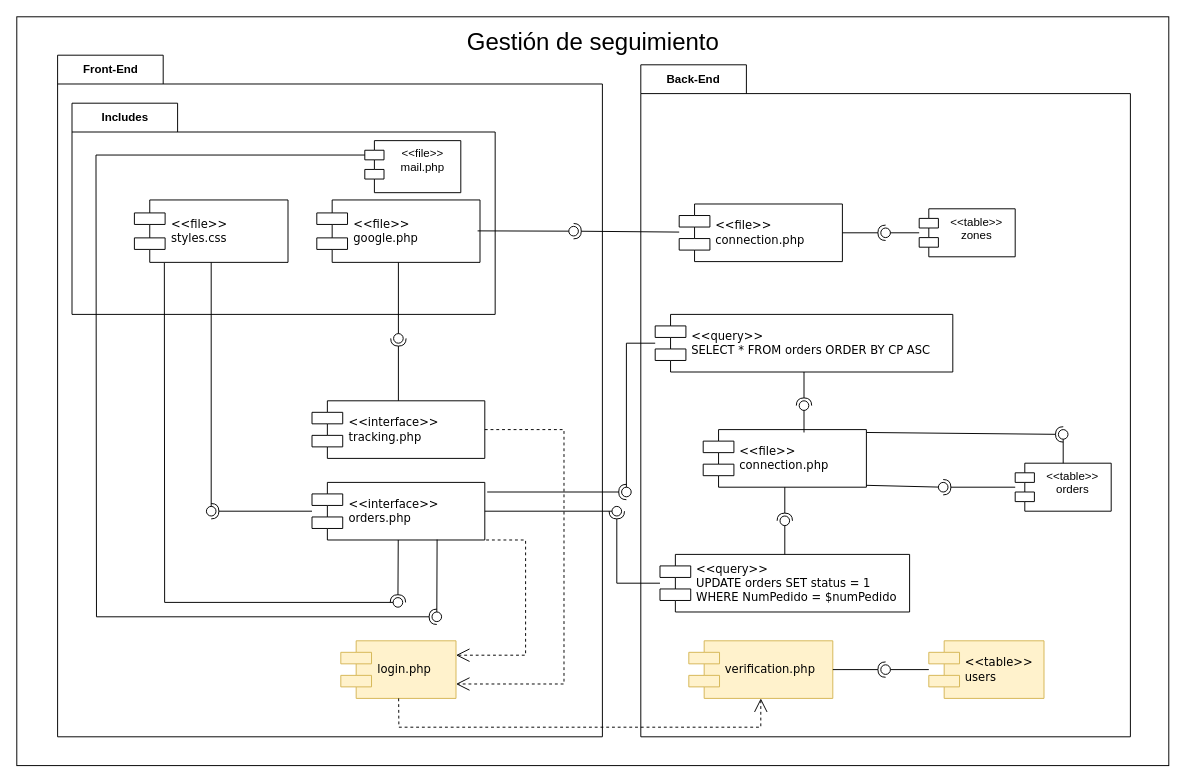
The draw.io diagram Diagramas/DiagramaNuevoJorge.drawio in JorgeADnro/Torres, before the edit. Source tidied: cells renumbered, new cells numbered last; positions are measured from the earlier drawing's top-left corner, leaving out a move shared by most shapes. Both pictures are drawn from the tidied source at 96%, with x=0, y=0 at pixel (16, 16).
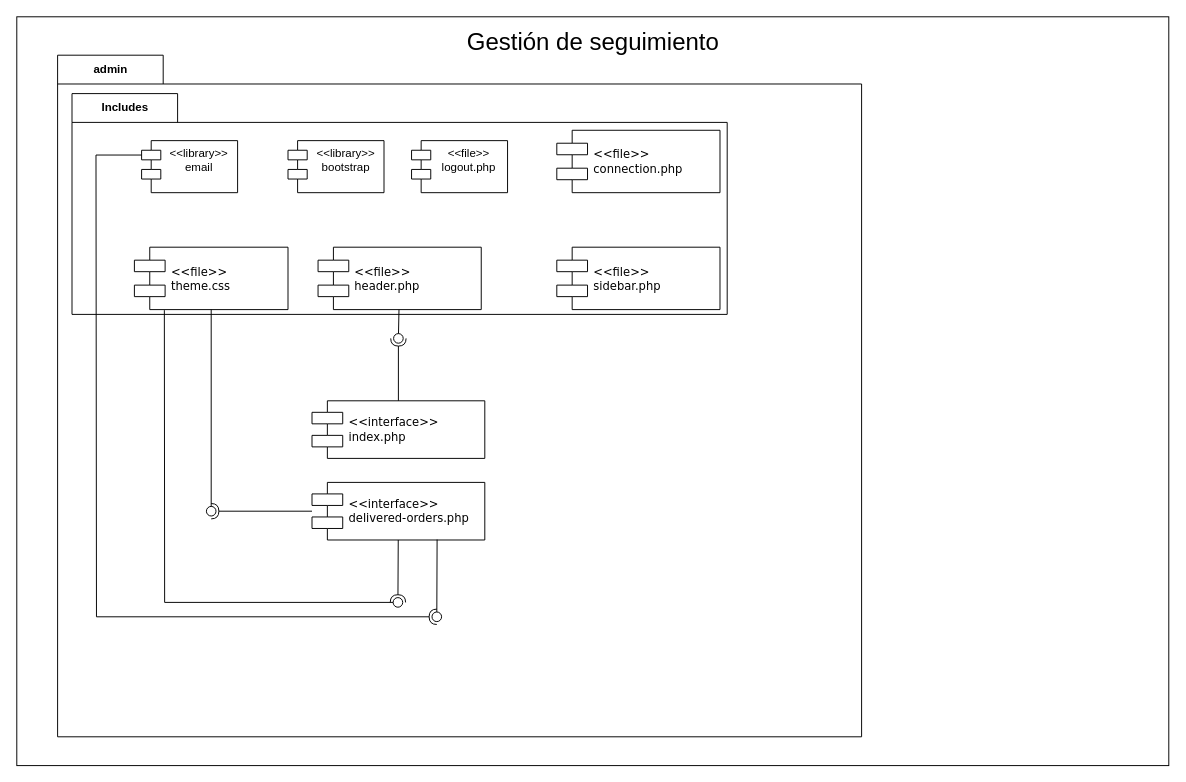
The same diagram, later.

The change refers to these unchanged cells:
```xml
<mxCell id="62" style="ellipse;whiteSpace=wrap;html=1;align=center;fillColor=none;strokeColor=none;perimeter=centerPerimeter;points=[];outlineConnect=1;" parent="1" vertex="1">
  <mxGeometry x="575" y="218.3" width="10" height="10" as="geometry" />
</mxCell>
<mxCell id="65" style="ellipse;whiteSpace=wrap;html=1;align=center;fillColor=none;strokeColor=none;perimeter=centerPerimeter;points=[];outlineConnect=1;" parent="1" vertex="1">
  <mxGeometry x="620" y="510" width="10" height="10" as="geometry" />
</mxCell>
```

What changed in the source:
```diff
@@
-    <mxCell id="5" value="Front-End" style="shape=folder;fontStyle=1;tabWidth=110;tabHeight=30;tabPosition=left;html=1;boundedLbl=1;labelInHeader=1;whiteSpace=wrap;" parent="1" vertex="1">
-      <mxGeometry x="42.5" y="40" width="567.5" height="710" as="geometry" />
+    <mxCell id="5" value="admin" style="shape=folder;fontStyle=1;tabWidth=110;tabHeight=30;tabPosition=left;html=1;boundedLbl=1;labelInHeader=1;whiteSpace=wrap;" parent="1" vertex="1">
+      <mxGeometry x="42.5" y="40" width="837.5" height="710" as="geometry" />
     </mxCell>
     <mxCell id="6" value="Includes" style="shape=folder;fontStyle=1;tabWidth=110;tabHeight=30;tabPosition=left;html=1;boundedLbl=1;labelInHeader=1;whiteSpace=wrap;" parent="1" vertex="1">
-      <mxGeometry x="57.5" y="90" width="440.8" height="220" as="geometry" />
+      <mxGeometry x="57.5" y="80" width="682.5" height="230" as="geometry" />
     </mxCell>
-    <mxCell id="7" value="&amp;lt;&amp;lt;interface&amp;gt;&amp;gt;&lt;br&gt;orders.php" style="shape=component;align=left;spacingLeft=36;rounded=0;shadow=0;comic=0;labelBackgroundColor=none;strokeWidth=1;fontFamily=Verdana;fontSize=12;html=1;" parent="1" vertex="1">
+    <mxCell id="7" value="&amp;lt;&amp;lt;interface&amp;gt;&amp;gt;&lt;br&gt;delivered-orders.php" style="shape=component;align=left;spacingLeft=36;rounded=0;shadow=0;comic=0;labelBackgroundColor=none;strokeWidth=1;fontFamily=Verdana;fontSize=12;html=1;" parent="1" vertex="1">
       <mxGeometry x="307.5" y="485" width="180" height="60" as="geometry" />
     </mxCell>
@@
-    <mxCell id="9" value="&amp;lt;&amp;lt;interface&amp;gt;&amp;gt;&lt;br&gt;tracking.php" style="shape=component;align=left;spacingLeft=36;rounded=0;shadow=0;comic=0;labelBackgroundColor=none;strokeWidth=1;fontFamily=Verdana;fontSize=12;html=1;" parent="1" vertex="1">
+    <mxCell id="9" value="&amp;lt;&amp;lt;interface&amp;gt;&amp;gt;&lt;br&gt;index.php" style="shape=component;align=left;spacingLeft=36;rounded=0;shadow=0;comic=0;labelBackgroundColor=none;strokeWidth=1;fontFamily=Verdana;fontSize=12;html=1;" parent="1" vertex="1">
       <mxGeometry x="307.5" y="400" width="180" height="60" as="geometry" />
     </mxCell>
@@
-    <mxCell id="18" value="&amp;lt;&amp;lt;file&amp;gt;&amp;gt;&lt;br&gt;styles.css" style="shape=component;align=left;spacingLeft=36;rounded=0;shadow=0;comic=0;labelBackgroundColor=none;strokeWidth=1;fontFamily=Verdana;fontSize=12;html=1;" parent="1" vertex="1">
-      <mxGeometry x="122.5" y="190.8" width="160" height="65" as="geometry" />
+    <mxCell id="18" value="&amp;lt;&amp;lt;file&amp;gt;&amp;gt;&lt;br&gt;theme.css" style="shape=component;align=left;spacingLeft=36;rounded=0;shadow=0;comic=0;labelBackgroundColor=none;strokeWidth=1;fontFamily=Verdana;fontSize=12;html=1;" parent="1" vertex="1">
+      <mxGeometry x="122.5" y="240" width="160" height="65" as="geometry" />
     </mxCell>
@@
-    <mxCell id="21" value="&amp;lt;&amp;lt;file&amp;gt;&amp;gt;&lt;br&gt;mail.php" style="shape=module;align=left;spacingLeft=20;align=center;verticalAlign=top;whiteSpace=wrap;html=1;" parent="1" vertex="1">
-      <mxGeometry x="362.5" y="129" width="100" height="54.2" as="geometry" />
+    <mxCell id="21" value="&amp;lt;&amp;lt;library&amp;gt;&amp;gt;&lt;br&gt;email" style="shape=module;align=left;spacingLeft=20;align=center;verticalAlign=top;whiteSpace=wrap;html=1;" parent="1" vertex="1">
+      <mxGeometry x="130" y="129" width="100" height="54.2" as="geometry" />
     </mxCell>
@@
-    <mxCell id="23" value="Back-End" style="shape=folder;fontStyle=1;tabWidth=110;tabHeight=30;tabPosition=left;html=1;boundedLbl=1;labelInHeader=1;whiteSpace=wrap;" parent="1" vertex="1">
-      <mxGeometry x="650" y="50" width="510" height="700" as="geometry" />
-    </mxCell>
-    <mxCell id="24" style="html=1;strokeColor=none;fillColor=none;whiteSpace=wrap;" parent="23" vertex="1">
-      <mxGeometry width="510" height="490" relative="1" as="geometry">
-        <mxPoint y="30" as="offset" />
-      </mxGeometry>
-    </mxCell>
-    <mxCell id="25" value="&amp;lt;&amp;lt;file&amp;gt;&amp;gt;&lt;br&gt;connection.php" style="shape=component;align=left;spacingLeft=36;rounded=0;shadow=0;comic=0;labelBackgroundColor=none;strokeWidth=1;fontFamily=Verdana;fontSize=12;html=1;" parent="23" vertex="1">
-      <mxGeometry x="40" y="145" width="170" height="60" as="geometry" />
-    </mxCell>
-    <mxCell id="26" value="&amp;lt;&amp;lt;table&amp;gt;&amp;gt;&lt;br&gt;orders" style="shape=module;align=left;spacingLeft=20;align=center;verticalAlign=top;whiteSpace=wrap;html=1;" parent="23" vertex="1">
-      <mxGeometry x="390" y="415" width="100" height="50" as="geometry" />
-    </mxCell>
-    <mxCell id="27" value="&amp;lt;&amp;lt;table&amp;gt;&amp;gt;&lt;br&gt;zones" style="shape=module;align=left;spacingLeft=20;align=center;verticalAlign=top;whiteSpace=wrap;html=1;" parent="23" vertex="1">
-      <mxGeometry x="290" y="150" width="100" height="50" as="geometry" />
-    </mxCell>
-    <mxCell id="28" value="&amp;lt;&amp;lt;query&amp;gt;&amp;gt;&lt;br&gt;SELECT * FROM orders ORDER BY CP ASC" style="shape=component;align=left;spacingLeft=36;rounded=0;shadow=0;comic=0;labelBackgroundColor=none;strokeWidth=1;fontFamily=Verdana;fontSize=12;html=1;" parent="23" vertex="1">
-      <mxGeometry x="15" y="260" width="310" height="60" as="geometry" />
-    </mxCell>
-    <mxCell id="29" value="verification.php" style="shape=component;align=left;spacingLeft=36;rounded=0;shadow=0;comic=0;labelBackgroundColor=none;strokeWidth=1;fontFamily=Verdana;fontSize=12;html=1;fillColor=#fff2cc;strokeColor=#d6b656;" parent="23" vertex="1">
-      <mxGeometry x="50" y="600" width="150" height="60" as="geometry" />
-    </mxCell>
-    <mxCell id="30" value="&amp;lt;&amp;lt;table&amp;gt;&amp;gt;&lt;br&gt;users" style="shape=component;align=left;spacingLeft=36;rounded=0;shadow=0;comic=0;labelBackgroundColor=none;strokeWidth=1;fontFamily=Verdana;fontSize=12;html=1;fillColor=#fff2cc;strokeColor=#d6b656;" parent="23" vertex="1">
-      <mxGeometry x="300" y="600" width="120" height="60" as="geometry" />
-    </mxCell>
-    <mxCell id="31" style="rounded=0;jettySize=auto;html=1;endArrow=halfCircle;endFill=0;endSize=6;strokeWidth=1;sketch=0;" parent="23" edge="1" source="29" target="33">
-      <mxGeometry relative="1" as="geometry" />
-    </mxCell>
-    <mxCell id="32" style="rounded=0;jettySize=auto;html=1;endArrow=oval;endFill=0;sketch=0;sourcePerimeterSpacing=0;targetPerimeterSpacing=0;endSize=10;" parent="23" edge="1" source="30" target="33">
-      <mxGeometry relative="1" as="geometry" />
-    </mxCell>
-    <mxCell id="33" style="ellipse;whiteSpace=wrap;html=1;align=center;fillColor=none;strokeColor=none;perimeter=centerPerimeter;points=[];outlineConnect=1;" parent="23" vertex="1">
-      <mxGeometry x="250" y="625" width="10" height="10" as="geometry" />
-    </mxCell>
-    <mxCell id="34" style="rounded=0;jettySize=auto;html=1;endArrow=halfCircle;endFill=0;endSize=6;strokeWidth=1;sketch=0;" parent="23" edge="1" source="25" target="36">
-      <mxGeometry relative="1" as="geometry" />
-    </mxCell>
-    <mxCell id="35" style="rounded=0;jettySize=auto;html=1;endArrow=oval;endFill=0;sketch=0;sourcePerimeterSpacing=0;targetPerimeterSpacing=0;endSize=10;" parent="23" edge="1" source="27" target="36">
-      <mxGeometry relative="1" as="geometry" />
-    </mxCell>
-    <mxCell id="36" style="ellipse;whiteSpace=wrap;html=1;align=center;fillColor=none;strokeColor=none;perimeter=centerPerimeter;points=[];outlineConnect=1;" parent="23" vertex="1">
-      <mxGeometry x="250" y="170" width="10" height="10" as="geometry" />
-    </mxCell>
-    <mxCell id="37" value="&amp;lt;&amp;lt;query&amp;gt;&amp;gt;&lt;br&gt;UPDATE orders SET status = 1&lt;br&gt;WHERE NumPedido = $numPedido" style="shape=component;align=left;spacingLeft=36;rounded=0;shadow=0;comic=0;labelBackgroundColor=none;strokeWidth=1;fontFamily=Verdana;fontSize=12;html=1;" parent="23" vertex="1">
-      <mxGeometry x="20" y="510" width="260" height="60" as="geometry" />
-    </mxCell>
-    <mxCell id="38" style="rounded=0;jettySize=auto;html=1;endArrow=halfCircle;endFill=0;endSize=6;strokeWidth=1;sketch=0;" parent="23" edge="1" source="26" target="40">
-      <mxGeometry relative="1" as="geometry" />
-    </mxCell>
-    <mxCell id="39" style="rounded=0;jettySize=auto;html=1;endArrow=oval;endFill=0;sketch=0;sourcePerimeterSpacing=0;targetPerimeterSpacing=0;endSize=10;exitX=0.994;exitY=0.967;exitDx=0;exitDy=0;exitPerimeter=0;" parent="23" edge="1" source="44" target="40">
-      <mxGeometry relative="1" as="geometry" />
-    </mxCell>
-    <mxCell id="40" style="ellipse;whiteSpace=wrap;html=1;align=center;fillColor=none;strokeColor=none;perimeter=centerPerimeter;points=[];outlineConnect=1;" parent="23" vertex="1">
-      <mxGeometry x="310" y="435" width="10" height="10" as="geometry" />
-    </mxCell>
-    <mxCell id="41" style="rounded=0;jettySize=auto;html=1;endArrow=halfCircle;endFill=0;endSize=6;strokeWidth=1;sketch=0;exitX=1;exitY=0.05;exitDx=0;exitDy=0;exitPerimeter=0;" parent="23" edge="1" source="44" target="43">
-      <mxGeometry relative="1" as="geometry" />
-    </mxCell>
-    <mxCell id="42" style="rounded=0;jettySize=auto;html=1;endArrow=oval;endFill=0;sketch=0;sourcePerimeterSpacing=0;targetPerimeterSpacing=0;endSize=10;" parent="23" edge="1" source="26" target="43">
-      <mxGeometry relative="1" as="geometry" />
-    </mxCell>
-    <mxCell id="43" style="ellipse;whiteSpace=wrap;html=1;align=center;fillColor=none;strokeColor=none;perimeter=centerPerimeter;points=[];outlineConnect=1;" parent="23" vertex="1">
-      <mxGeometry x="435" y="380" width="10" height="10" as="geometry" />
-    </mxCell>
-    <mxCell id="44" value="&amp;lt;&amp;lt;file&amp;gt;&amp;gt;&lt;br&gt;connection.php" style="shape=component;align=left;spacingLeft=36;rounded=0;shadow=0;comic=0;labelBackgroundColor=none;strokeWidth=1;fontFamily=Verdana;fontSize=12;html=1;" parent="23" vertex="1">
-      <mxGeometry x="65" y="380" width="170" height="60" as="geometry" />
-    </mxCell>
-    <mxCell id="45" style="rounded=0;jettySize=auto;html=1;endArrow=halfCircle;endFill=0;endSize=6;strokeWidth=1;sketch=0;" parent="23" edge="1" source="28" target="47">
-      <mxGeometry relative="1" as="geometry" />
-    </mxCell>
-    <mxCell id="46" style="rounded=0;jettySize=auto;html=1;endArrow=oval;endFill=0;sketch=0;sourcePerimeterSpacing=0;targetPerimeterSpacing=0;endSize=10;" parent="23" edge="1" target="47">
-      <mxGeometry relative="1" as="geometry">
-        <mxPoint x="170" y="383" as="sourcePoint" />
-      </mxGeometry>
-    </mxCell>
-    <mxCell id="47" style="ellipse;whiteSpace=wrap;html=1;align=center;fillColor=none;strokeColor=none;perimeter=centerPerimeter;points=[];outlineConnect=1;" parent="23" vertex="1">
-      <mxGeometry x="165" y="350" width="10" height="10" as="geometry" />
-    </mxCell>
-    <mxCell id="48" style="rounded=0;jettySize=auto;html=1;endArrow=halfCircle;endFill=0;endSize=6;strokeWidth=1;sketch=0;" parent="23" edge="1" source="44" target="50">
-      <mxGeometry relative="1" as="geometry" />
-    </mxCell>
-    <mxCell id="49" style="rounded=0;jettySize=auto;html=1;endArrow=oval;endFill=0;sketch=0;sourcePerimeterSpacing=0;targetPerimeterSpacing=0;endSize=10;" parent="23" edge="1" source="37" target="50">
-      <mxGeometry relative="1" as="geometry" />
-    </mxCell>
-    <mxCell id="50" style="ellipse;whiteSpace=wrap;html=1;align=center;fillColor=none;strokeColor=none;perimeter=centerPerimeter;points=[];outlineConnect=1;" parent="23" vertex="1">
-      <mxGeometry x="145" y="470" width="10" height="10" as="geometry" />
-    </mxCell>
@@
-    <mxCell id="52" value="&amp;lt;&amp;lt;file&amp;gt;&amp;gt;&lt;br&gt;google.php" style="shape=component;align=left;spacingLeft=36;rounded=0;shadow=0;comic=0;labelBackgroundColor=none;strokeWidth=1;fontFamily=Verdana;fontSize=12;html=1;" parent="1" vertex="1">
-      <mxGeometry x="312.5" y="190.8" width="170" height="65" as="geometry" />
+    <mxCell id="52" value="&amp;lt;&amp;lt;file&amp;gt;&amp;gt;&lt;br&gt;header.php" style="shape=component;align=left;spacingLeft=36;rounded=0;shadow=0;comic=0;labelBackgroundColor=none;strokeWidth=1;fontFamily=Verdana;fontSize=12;html=1;" parent="1" vertex="1">
+      <mxGeometry x="313.8" y="240" width="170" height="65" as="geometry" />
     </mxCell>
-    <mxCell id="53" value="login.php" style="shape=component;align=left;spacingLeft=36;rounded=0;shadow=0;comic=0;labelBackgroundColor=none;strokeWidth=1;fontFamily=Verdana;fontSize=12;html=1;fillColor=#fff2cc;strokeColor=#d6b656;" parent="1" vertex="1">
-      <mxGeometry x="337.5" y="650" width="120" height="60" as="geometry" />
-    </mxCell>
-    <mxCell id="54" value="&lt;br&gt;" style="endArrow=open;endSize=12;dashed=1;html=1;rounded=0;entryX=1;entryY=0.25;entryDx=0;entryDy=0;exitX=1.008;exitY=1;exitDx=0;exitDy=0;exitPerimeter=0;" parent="1" edge="1" source="7" target="53">
-      <mxGeometry relative="1" as="geometry">
-        <Array as="points">
-          <mxPoint x="530" y="545" />
-          <mxPoint x="530" y="665" />
-        </Array>
-      </mxGeometry>
-    </mxCell>
-    <mxCell id="55" value="&lt;br&gt;" style="endArrow=open;endSize=12;dashed=1;html=1;rounded=0;fontStyle=1;entryX=1;entryY=0.75;entryDx=0;entryDy=0;" parent="1" edge="1" source="9" target="53">
-      <mxGeometry relative="1" as="geometry">
-        <Array as="points">
-          <mxPoint x="570" y="430" />
-          <mxPoint x="570" y="695" />
-        </Array>
-      </mxGeometry>
-    </mxCell>
-    <mxCell id="56" style="endArrow=open;endSize=12;dashed=1;html=1;rounded=0;" parent="1" edge="1" source="53" target="29">
-      <mxGeometry relative="1" as="geometry">
-        <Array as="points">
-          <mxPoint x="398" y="740" />
-          <mxPoint x="775" y="740" />
-        </Array>
-      </mxGeometry>
-    </mxCell>
-    <mxCell id="57" style="rounded=0;jettySize=auto;html=1;endArrow=halfCircle;endFill=0;endSize=6;strokeWidth=1;sketch=0;" parent="1" edge="1" target="59">
-      <mxGeometry relative="1" as="geometry">
-        <mxPoint x="490" y="495" as="sourcePoint" />
-      </mxGeometry>
-    </mxCell>
-    <mxCell id="58" style="rounded=0;jettySize=auto;html=1;endArrow=oval;endFill=0;sketch=0;sourcePerimeterSpacing=0;targetPerimeterSpacing=0;endSize=10;" parent="1" edge="1" source="28" target="59">
-      <mxGeometry relative="1" as="geometry">
-        <Array as="points">
-          <mxPoint x="635" y="340" />
-        </Array>
-      </mxGeometry>
-    </mxCell>
-    <mxCell id="59" style="ellipse;whiteSpace=wrap;html=1;align=center;fillColor=none;strokeColor=none;perimeter=centerPerimeter;points=[];outlineConnect=1;" parent="1" vertex="1">
-      <mxGeometry x="630" y="490" width="10" height="10" as="geometry" />
-    </mxCell>
-    <mxCell id="60" style="rounded=0;jettySize=auto;html=1;endArrow=halfCircle;endFill=0;endSize=6;strokeWidth=1;sketch=0;" parent="1" edge="1" source="25" target="62">
-      <mxGeometry relative="1" as="geometry" />
-    </mxCell>
-    <mxCell id="61" style="rounded=0;jettySize=auto;html=1;endArrow=oval;endFill=0;sketch=0;sourcePerimeterSpacing=0;targetPerimeterSpacing=0;endSize=10;" parent="1" edge="1" target="62">
-      <mxGeometry relative="1" as="geometry">
-        <mxPoint x="480" y="223" as="sourcePoint" />
-      </mxGeometry>
-    </mxCell>
@@
-    <mxCell id="63" style="rounded=0;jettySize=auto;html=1;endArrow=halfCircle;endFill=0;endSize=6;strokeWidth=1;sketch=0;" parent="1" edge="1" source="37" target="65">
-      <mxGeometry relative="1" as="geometry">
-        <Array as="points">
-          <mxPoint x="625" y="590" />
-        </Array>
-      </mxGeometry>
-    </mxCell>
-    <mxCell id="64" style="rounded=0;jettySize=auto;html=1;endArrow=oval;endFill=0;sketch=0;sourcePerimeterSpacing=0;targetPerimeterSpacing=0;endSize=10;" parent="1" edge="1" source="7" target="65">
-      <mxGeometry relative="1" as="geometry" />
-    </mxCell>
@@
+    <mxCell id="66" value="&amp;lt;&amp;lt;library&amp;gt;&amp;gt;&lt;br&gt;bootstrap" style="shape=module;align=left;spacingLeft=20;align=center;verticalAlign=top;whiteSpace=wrap;html=1;" parent="1" vertex="1">
+      <mxGeometry x="282.5" y="129" width="100" height="54.2" as="geometry" />
+    </mxCell>
+    <mxCell id="67" value="&amp;lt;&amp;lt;file&amp;gt;&amp;gt;&lt;br&gt;sidebar.php" style="shape=component;align=left;spacingLeft=36;rounded=0;shadow=0;comic=0;labelBackgroundColor=none;strokeWidth=1;fontFamily=Verdana;fontSize=12;html=1;" parent="1" vertex="1">
+      <mxGeometry x="562.5" y="240" width="170" height="65" as="geometry" />
+    </mxCell>
+    <mxCell id="68" value="&amp;lt;&amp;lt;file&amp;gt;&amp;gt;&lt;br&gt;connection.php" style="shape=component;align=left;spacingLeft=36;rounded=0;shadow=0;comic=0;labelBackgroundColor=none;strokeWidth=1;fontFamily=Verdana;fontSize=12;html=1;" parent="1" vertex="1">
+      <mxGeometry x="562.5" y="118.2" width="170" height="65" as="geometry" />
+    </mxCell>
+    <mxCell id="69" value="&amp;lt;&amp;lt;file&amp;gt;&amp;gt;&lt;br&gt;logout.php" style="shape=module;align=left;spacingLeft=20;align=center;verticalAlign=top;whiteSpace=wrap;html=1;" parent="1" vertex="1">
+      <mxGeometry x="411.2" y="129" width="100" height="54.2" as="geometry" />
+    </mxCell>
```
